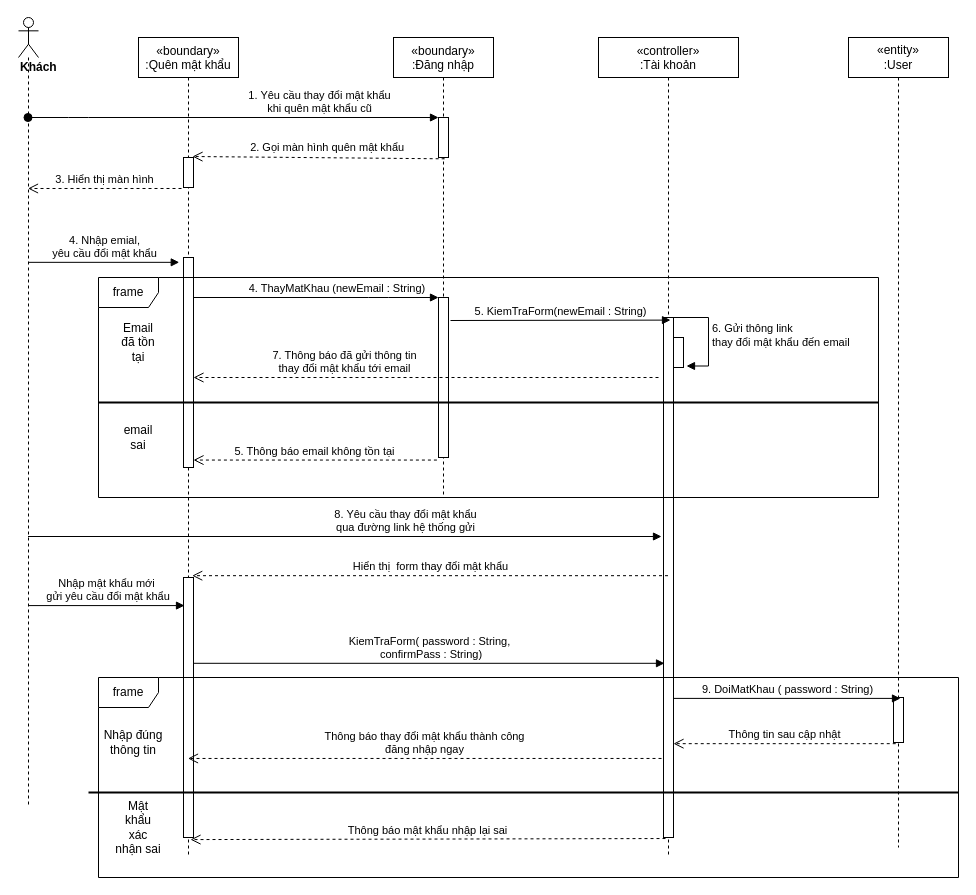
The draw.io diagram sequence diagram/forgotPassword-sequence-diagram.drawio in nguyenphamvan/datn_20202, before the edit. Source tidied: cells renumbered, new cells numbered last; positions are measured from the earlier drawing's top-left corner, leaving out a move shared by most shapes. Both pictures are drawn from the tidied source at 100%, with x=0, y=0 at pixel (18, 17).
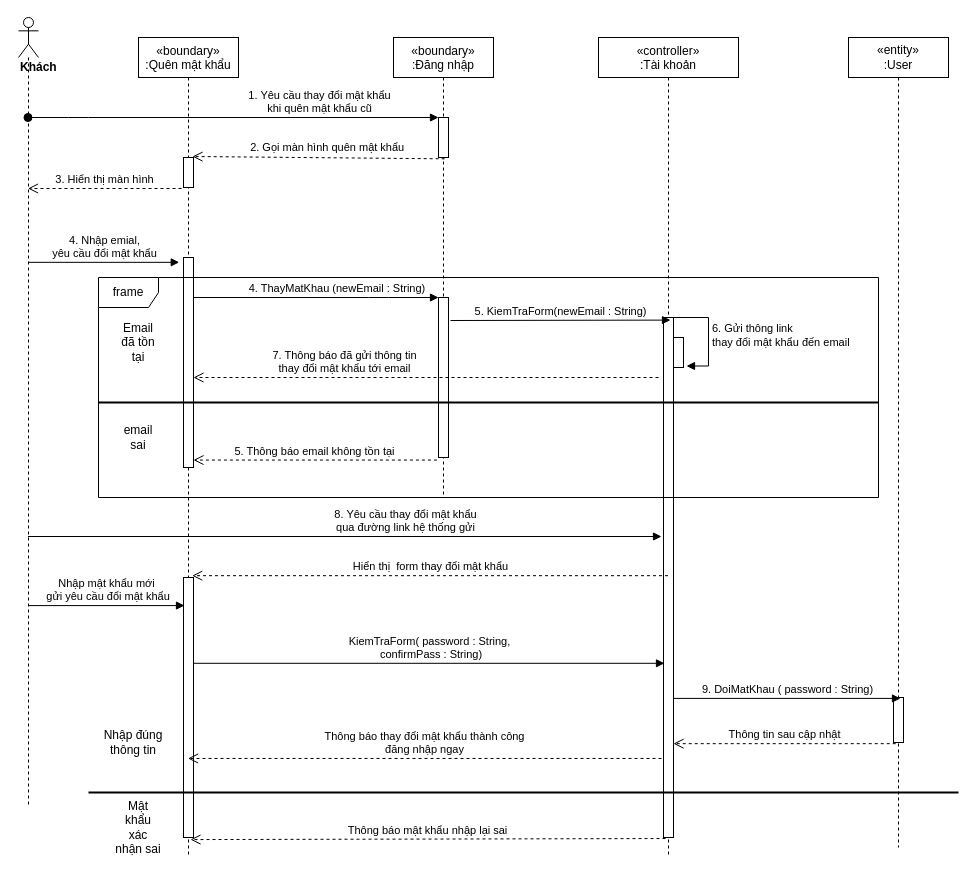
The same page after the edit.

Change to the diagram source:
```diff
@@
-    <mxCell id="35" value="frame" style="shape=umlFrame;whiteSpace=wrap;html=1;" parent="1" vertex="1">
-      <mxGeometry x="80" y="660" width="860" height="200" as="geometry" />
-    </mxCell>
```
